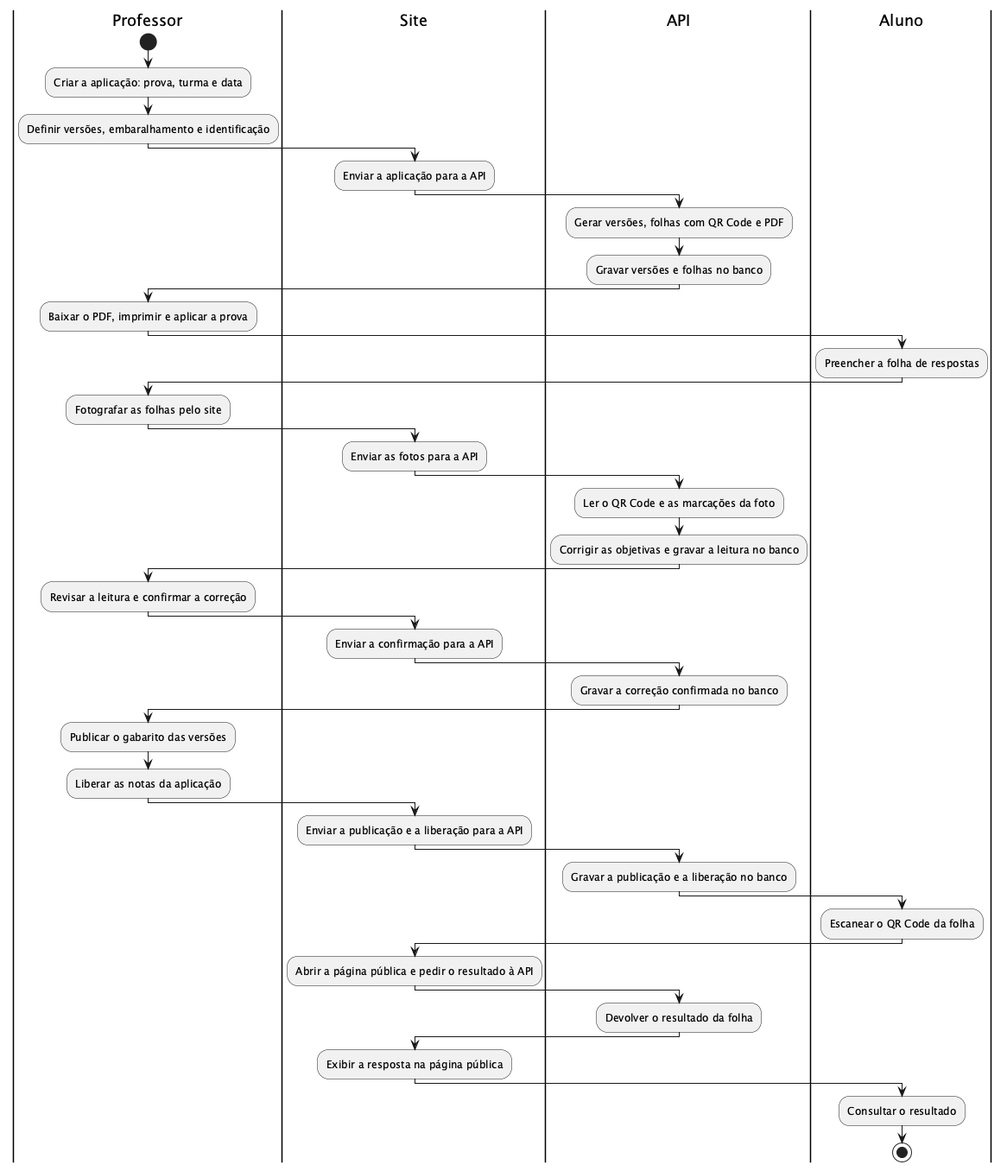
Before: docs/uml/activity-diagram/activity-diagram-step-2.png, a diagram exported from PlantUML (PrieTorres/correctio-app).
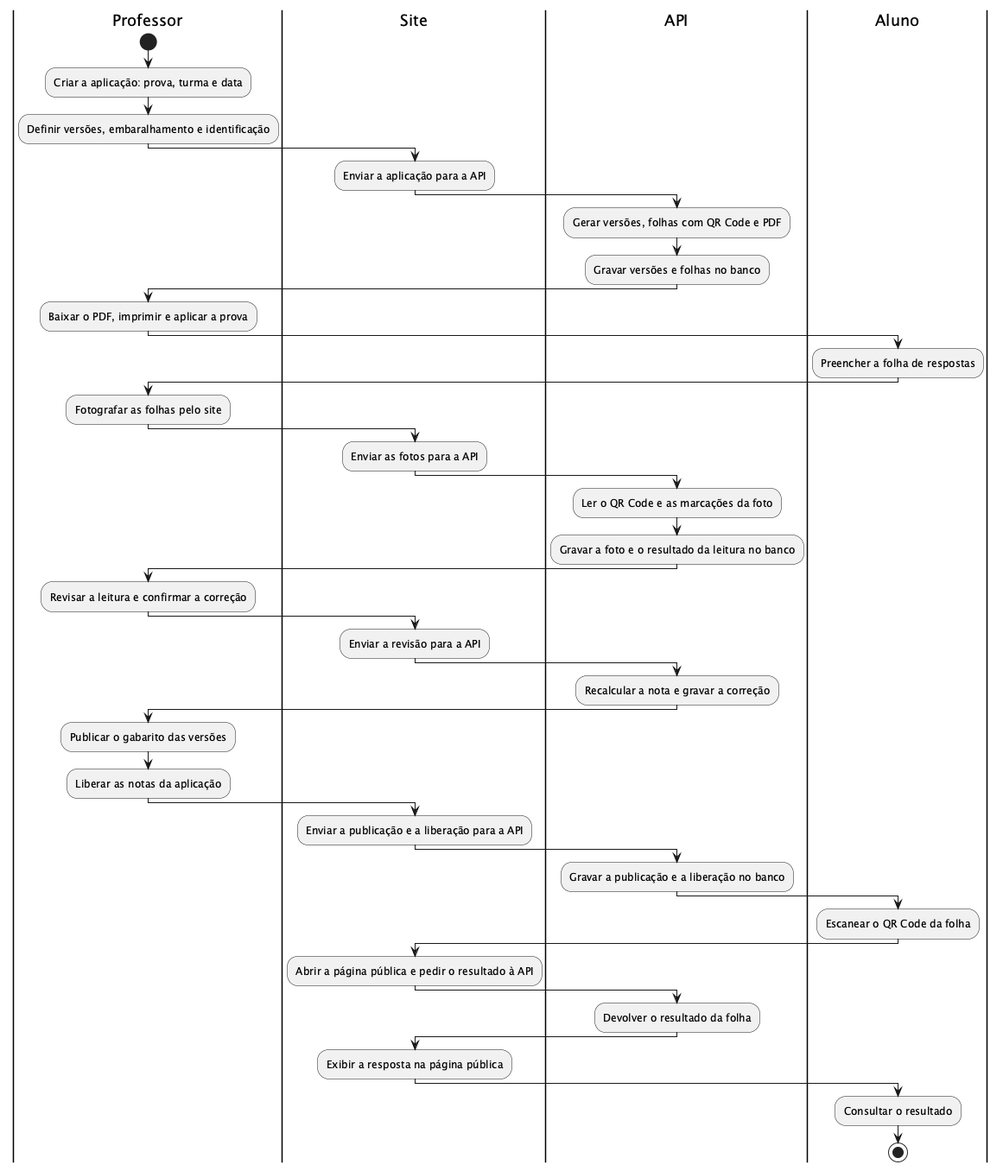
The same diagram one commit later.

Change to the diagram source:
```diff
@@ -18,13 +18,13 @@
 :Enviar as fotos para a API;
 |API|
 :Ler o QR Code e as marcações da foto;
-:Corrigir as objetivas e gravar a leitura no banco;
+:Gravar a foto e o resultado da leitura no banco;
 |Professor|
 :Revisar a leitura e confirmar a correção;
 |Site|
-:Enviar a confirmação para a API;
+:Enviar a revisão para a API;
 |API|
-:Gravar a correção confirmada no banco;
+:Recalcular a nota e gravar a correção;
 |Professor|
 :Publicar o gabarito das versões;
 :Liberar as notas da aplicação;
```
